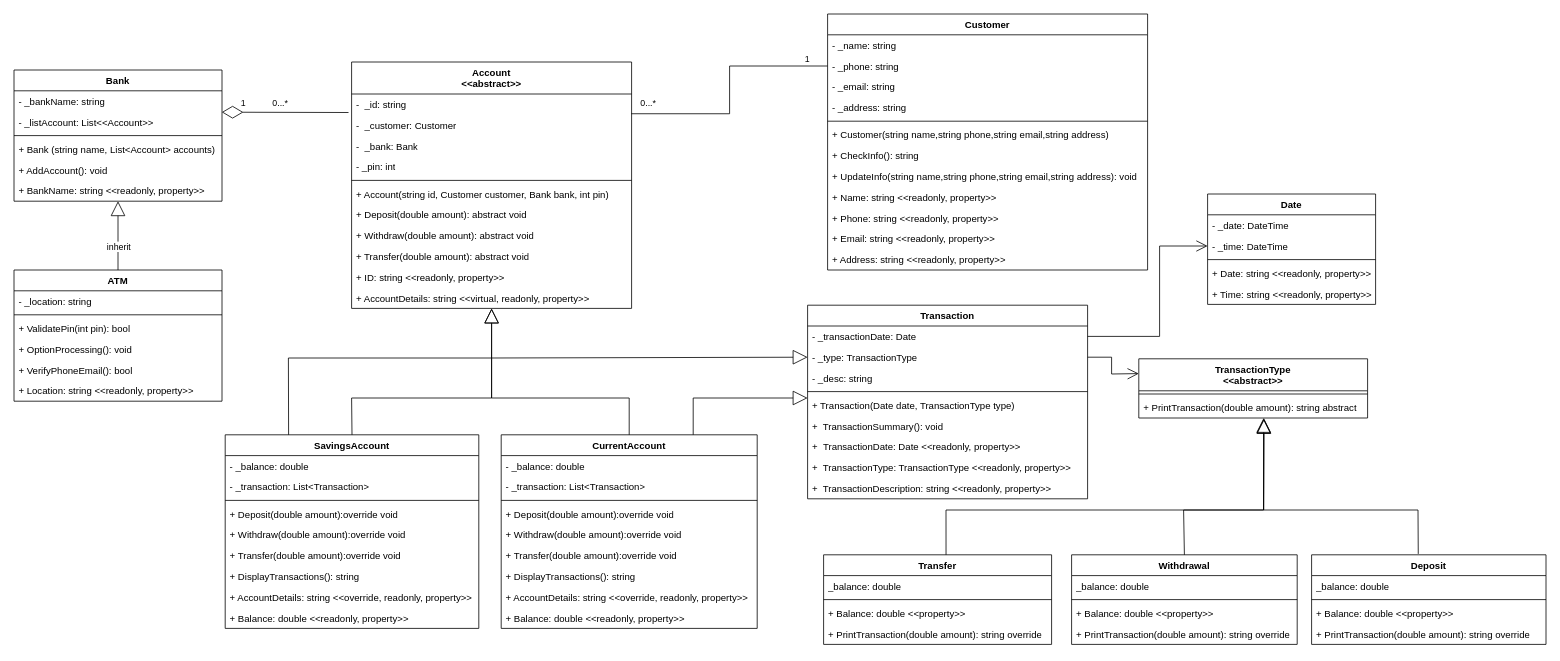
Above: Custom Project Part 1 (Distinction Level)/Bank ATM.drawio in marsh826/SwinburneCOS20007 (draw.io), before the change. Source tidied: cells renumbered, new cells numbered last; positions are measured from the earlier drawing's top-left corner, leaving out a move shared by most shapes. Both pictures are drawn from the tidied source at 80%, with x=0, y=0 at pixel (14, 14).
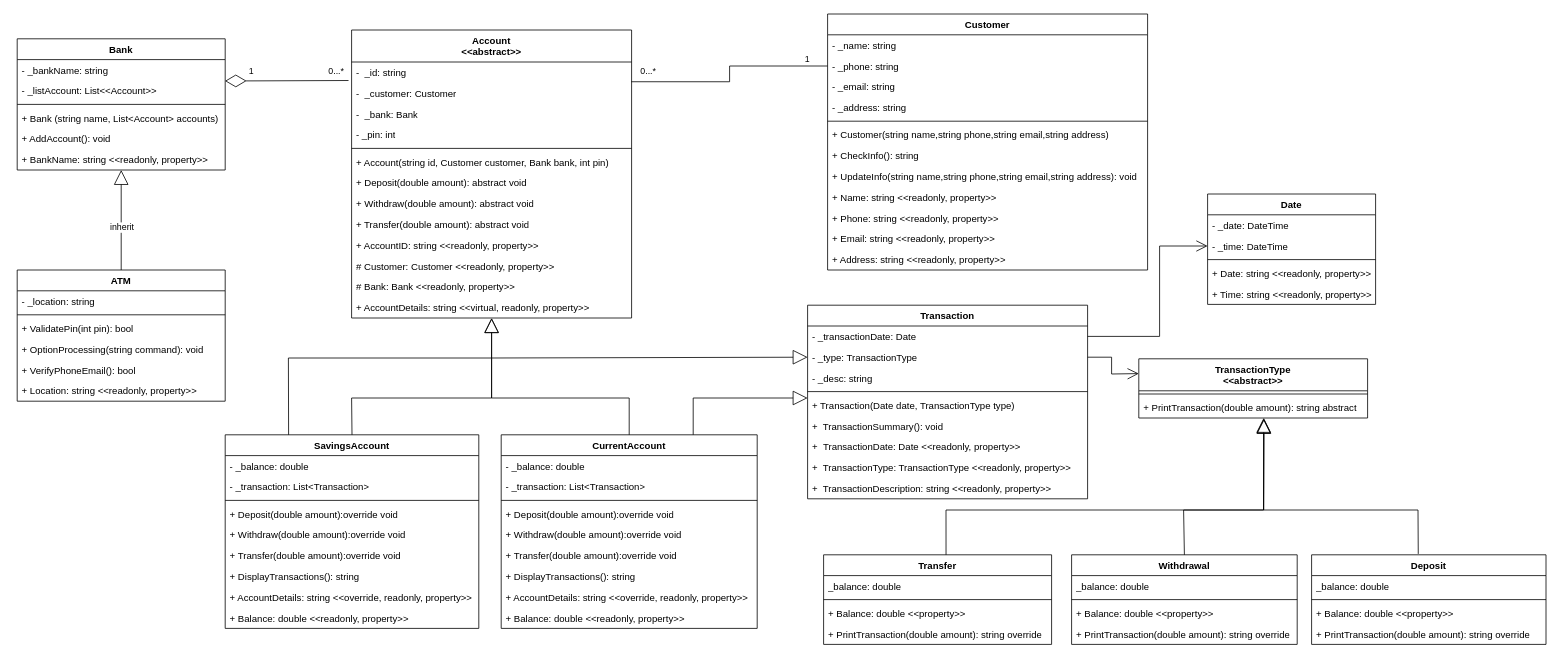
The same diagram, later.

What changed in the source:
```diff
@@
     <mxCell id="2" value="Account&lt;br&gt;&amp;lt;&amp;lt;abstract&amp;gt;&amp;gt;" style="swimlane;fontStyle=1;align=center;verticalAlign=top;horizontal=1;startSize=40;whiteSpace=wrap;html=1;" parent="1" vertex="1">
-      <mxGeometry x="422" y="60" width="350" height="308" as="geometry" />
+      <mxGeometry x="422" y="20" width="350" height="360" as="geometry" />
     </mxCell>
@@
-    <mxCell id="12" value="+ ID: string &amp;lt;&amp;lt;readonly, property&amp;gt;&amp;gt;" style="text;strokeColor=none;fillColor=none;align=left;verticalAlign=top;spacingLeft=4;spacingRight=4;overflow=hidden;whiteSpace=wrap;html=1;" parent="2" vertex="1">
+    <mxCell id="12" value="+ AccountID: string &amp;lt;&amp;lt;readonly, property&amp;gt;&amp;gt;" style="text;strokeColor=none;fillColor=none;align=left;verticalAlign=top;spacingLeft=4;spacingRight=4;overflow=hidden;whiteSpace=wrap;html=1;" parent="2" vertex="1">
       <mxGeometry y="256" width="350" height="26" as="geometry" />
     </mxCell>
+    <mxCell id="112" value="# Customer: Customer&amp;nbsp;&amp;lt;&amp;lt;readonly, property&amp;gt;&amp;gt;" style="text;strokeColor=none;fillColor=none;align=left;verticalAlign=top;spacingLeft=4;spacingRight=4;overflow=hidden;whiteSpace=wrap;html=1;" parent="2" vertex="1">
+      <mxGeometry y="282" width="350" height="26" as="geometry" />
+    </mxCell>
+    <mxCell id="113" value="# Bank: Bank &amp;lt;&amp;lt;readonly, property&amp;gt;&amp;gt;" style="text;strokeColor=none;fillColor=none;align=left;verticalAlign=top;spacingLeft=4;spacingRight=4;overflow=hidden;whiteSpace=wrap;html=1;" parent="2" vertex="1">
+      <mxGeometry y="308" width="350" height="26" as="geometry" />
+    </mxCell>
     <mxCell id="13" value="+ AccountDetails: string &amp;lt;&amp;lt;virtual, readonly, property&amp;gt;&amp;gt;" style="text;strokeColor=none;fillColor=none;align=left;verticalAlign=top;spacingLeft=4;spacingRight=4;overflow=hidden;points=[[0,0.5],[1,0.5]];portConstraint=eastwest;whiteSpace=wrap;html=1;" parent="2" vertex="1">
-      <mxGeometry y="282" width="350" height="26" as="geometry" />
+      <mxGeometry y="334" width="350" height="26" as="geometry" />
     </mxCell>
     <mxCell id="14" value="Bank" style="swimlane;fontStyle=1;align=center;verticalAlign=top;horizontal=1;startSize=26;whiteSpace=wrap;html=1;" parent="1" vertex="1">
-      <mxGeometry y="70" width="260" height="164" as="geometry" />
+      <mxGeometry x="4" y="31" width="260" height="164" as="geometry" />
     </mxCell>
@@
     <mxCell id="34" value="ATM" style="swimlane;fontStyle=1;align=center;verticalAlign=top;horizontal=1;startSize=26;whiteSpace=wrap;html=1;" parent="1" vertex="1">
-      <mxGeometry y="320" width="260" height="164" as="geometry" />
+      <mxGeometry x="4" y="320" width="260" height="164" as="geometry" />
     </mxCell>
@@
-    <mxCell id="38" value="+ OptionProcessing(): void" style="text;strokeColor=none;fillColor=none;align=left;verticalAlign=top;spacingLeft=4;spacingRight=4;overflow=hidden;whiteSpace=wrap;html=1;" parent="34" vertex="1">
+    <mxCell id="38" value="+ OptionProcessing(string command): void" style="text;strokeColor=none;fillColor=none;align=left;verticalAlign=top;spacingLeft=4;spacingRight=4;overflow=hidden;whiteSpace=wrap;html=1;" parent="34" vertex="1">
       <mxGeometry y="86" width="260" height="26" as="geometry" />
     </mxCell>
@@
     <mxCell id="79" value="0...*" style="edgeLabel;html=1;align=right;verticalAlign=bottom;" parent="1" vertex="1">
-      <mxGeometry x="342" y="110" as="geometry">
+      <mxGeometry x="412" y="70" as="geometry">
         <mxPoint x="1" y="10" as="offset" />
       </mxGeometry>
     </mxCell>
     <mxCell id="80" value="1" style="edgeLabel;html=1;align=left;verticalAlign=bottom;" parent="1" vertex="1">
-      <mxGeometry x="282" y="120" as="geometry" />
+      <mxGeometry x="292" y="80" as="geometry" />
     </mxCell>
```
